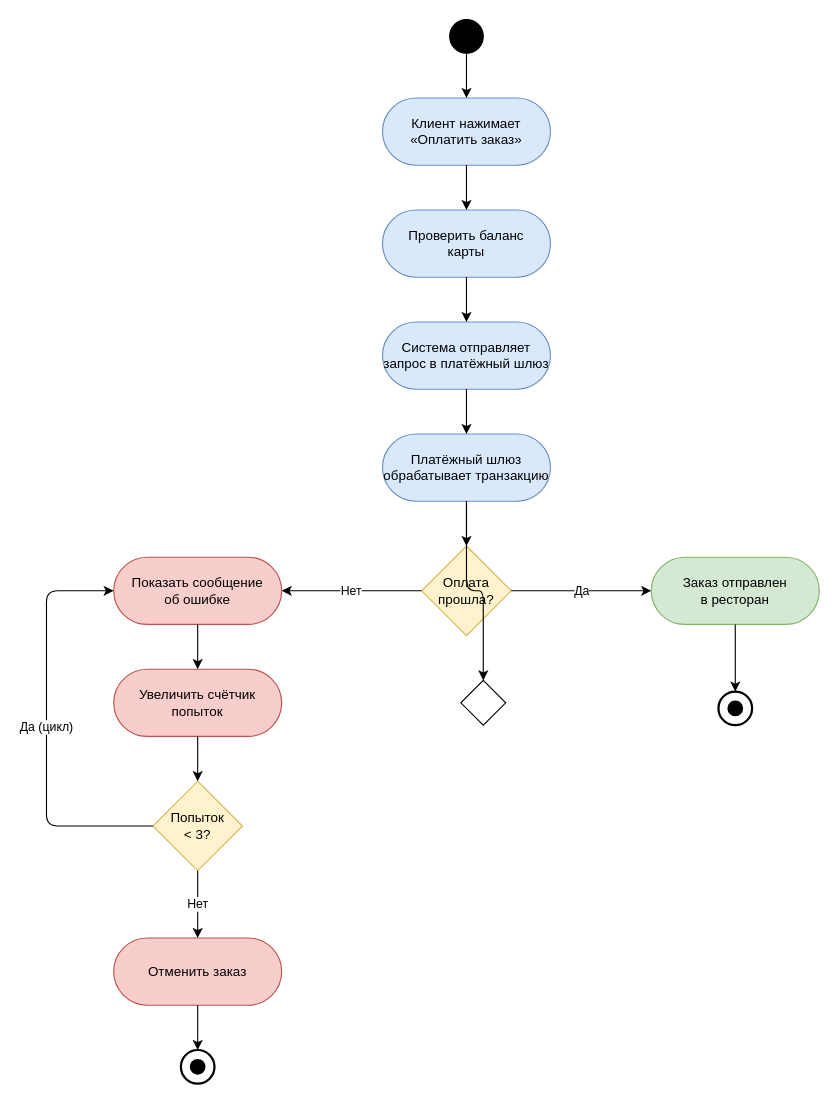
Above: lab1/diagrams/activity.drawio in paykxsss/visual-programming-labs-Nosko (draw.io), before the change. Source tidied: cells renumbered, new cells numbered last; positions are measured from the earlier drawing's top-left corner, leaving out a move shared by most shapes. Both pictures are drawn from the tidied source at 112%, with x=0, y=0 at pixel (46, 19).
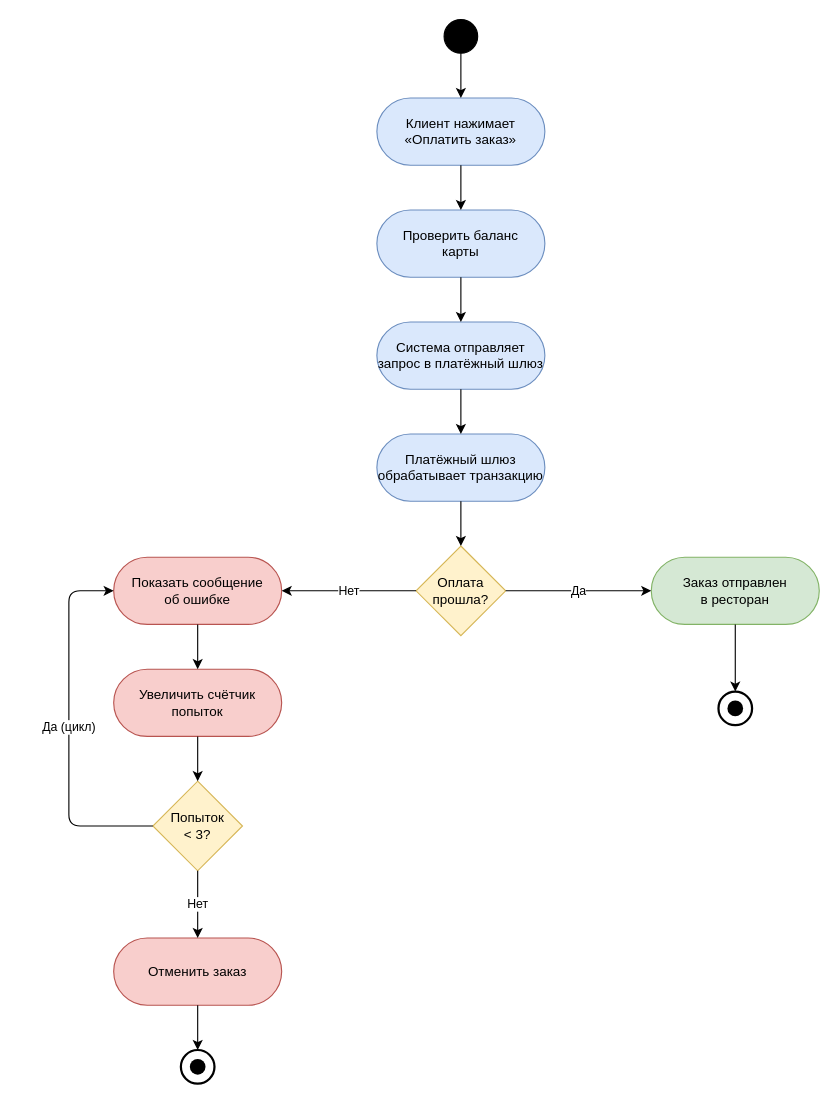
After the change.

Commit message (it also covers changes not shown here):
Fixed UML diagram

Unchanged cells that the change refers to:
```xml
<mxCell id="11" value="Показать сообщение&#10;об ошибке" style="rounded=1;whiteSpace=wrap;html=1;arcSize=50;fillColor=#f8cecc;strokeColor=#b85450;" parent="1" vertex="1">
  <mxGeometry x="60" y="480" width="150" height="60" as="geometry" />
</mxCell>
<mxCell id="13" value="Попыток&#10;&lt; 3?" style="rhombus;whiteSpace=wrap;html=1;fillColor=#fff2cc;strokeColor=#d6b656;" parent="1" vertex="1">
  <mxGeometry x="95" y="680" width="80" height="80" as="geometry" />
</mxCell>
```

What changed in the source:
```diff
@@
     <mxCell id="2" style="ellipse;whiteSpace=wrap;html=1;fillColor=#000000;strokeColor=#000000;" parent="1" vertex="1">
-      <mxGeometry x="360" width="30" height="30" as="geometry" />
+      <mxGeometry x="355" width="30" height="30" as="geometry" />
     </mxCell>
     <mxCell id="3" value="Клиент нажимает&#10;«Оплатить заказ»" style="rounded=1;whiteSpace=wrap;html=1;arcSize=50;fillColor=#dae8fc;strokeColor=#6c8ebf;" parent="1" vertex="1">
-      <mxGeometry x="300" y="70" width="150" height="60" as="geometry" />
+      <mxGeometry x="295" y="70" width="150" height="60" as="geometry" />
     </mxCell>
     <mxCell id="4" value="Проверить баланс&#10;карты" style="rounded=1;whiteSpace=wrap;html=1;arcSize=50;fillColor=#dae8fc;strokeColor=#6c8ebf;" parent="1" vertex="1">
-      <mxGeometry x="300" y="170" width="150" height="60" as="geometry" />
+      <mxGeometry x="295" y="170" width="150" height="60" as="geometry" />
     </mxCell>
     <mxCell id="5" value="Система отправляет&#10;запрос в платёжный шлюз" style="rounded=1;whiteSpace=wrap;html=1;arcSize=50;fillColor=#dae8fc;strokeColor=#6c8ebf;" parent="1" vertex="1">
-      <mxGeometry x="300" y="270" width="150" height="60" as="geometry" />
+      <mxGeometry x="295" y="270" width="150" height="60" as="geometry" />
     </mxCell>
     <mxCell id="6" value="Платёжный шлюз&#10;обрабатывает транзакцию" style="rounded=1;whiteSpace=wrap;html=1;arcSize=50;fillColor=#dae8fc;strokeColor=#6c8ebf;" parent="1" vertex="1">
-      <mxGeometry x="300" y="370" width="150" height="60" as="geometry" />
+      <mxGeometry x="295" y="370" width="150" height="60" as="geometry" />
     </mxCell>
     <mxCell id="7" value="Оплата&#10;прошла?" style="rhombus;whiteSpace=wrap;html=1;fillColor=#fff2cc;strokeColor=#d6b656;" parent="1" vertex="1">
-      <mxGeometry x="335" y="470" width="80" height="80" as="geometry" />
+      <mxGeometry x="330" y="470" width="80" height="80" as="geometry" />
     </mxCell>
@@
-    <mxCell id="17" style="rhombus;whiteSpace=wrap;html=1;fillColor=#ffffff;strokeColor=#000000;" parent="1" vertex="1">
-      <mxGeometry x="370" y="590" width="40" height="40" as="geometry" />
-    </mxCell>
@@
-    <mxCell id="30" value="Да (цикл)" style="edgeStyle=orthogonalEdgeStyle;html=1;rounded=1;" parent="1" edge="1" source="13" target="11">
+    <mxCell id="30" value="Да (цикл)" style="edgeStyle=orthogonalEdgeStyle;html=1;rounded=1;exitX=0;exitY=0.5;exitDx=0;exitDy=0;entryX=0;entryY=0.5;entryDx=0;entryDy=0;" parent="1" edge="1" source="13" target="11">
       <mxGeometry relative="1" as="geometry">
         <Array as="points">
-          <mxPoint y="720" />
-          <mxPoint y="510" />
+          <mxPoint x="20" y="720" />
+          <mxPoint x="20" y="510" />
         </Array>
       </mxGeometry>
     </mxCell>
-    <mxCell id="31" style="edgeStyle=orthogonalEdgeStyle;html=1;" parent="1" edge="1" source="6" target="17">
-      <mxGeometry relative="1" as="geometry" />
-    </mxCell>
```
